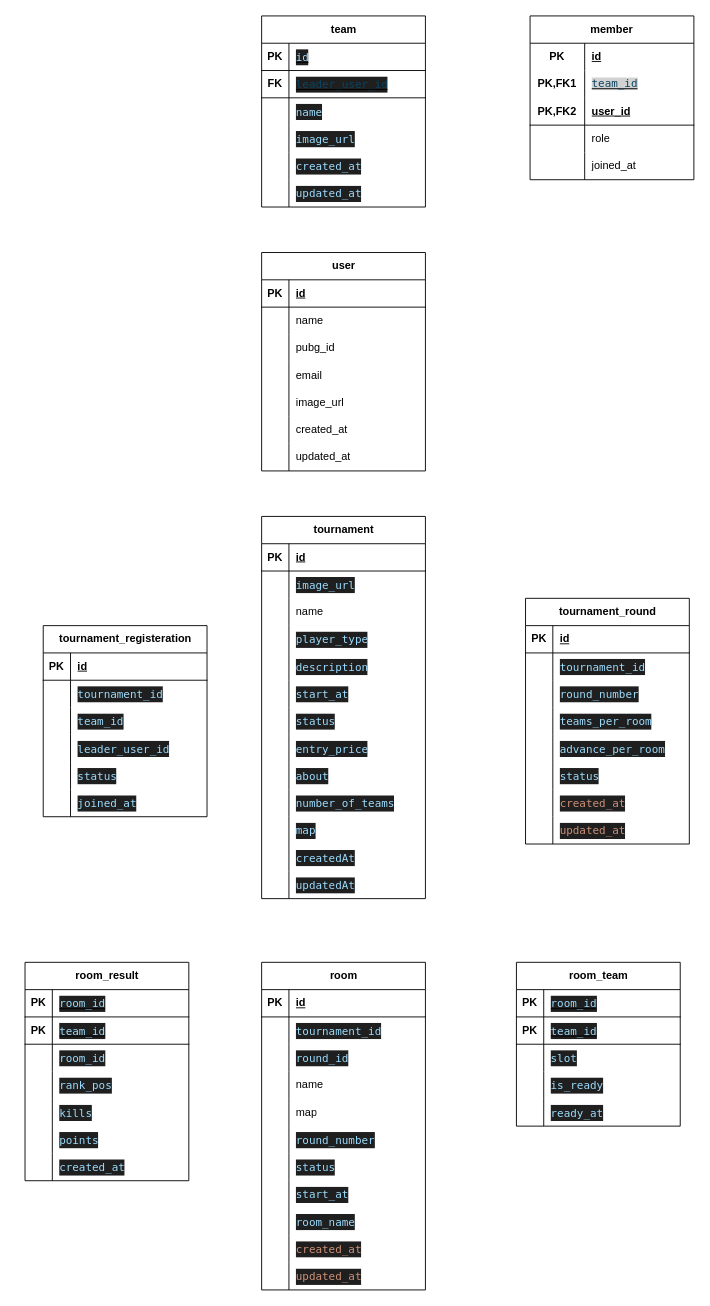
Before: pubg_tournament_schema.drawio in atif117/add_notes_app, a draw.io diagram. Source tidied: cells renumbered, new cells numbered last; positions are measured from the earlier drawing's top-left corner, leaving out a move shared by most shapes. Both pictures are drawn from the tidied source at 91%, with x=0, y=0 at pixel (25, 15).
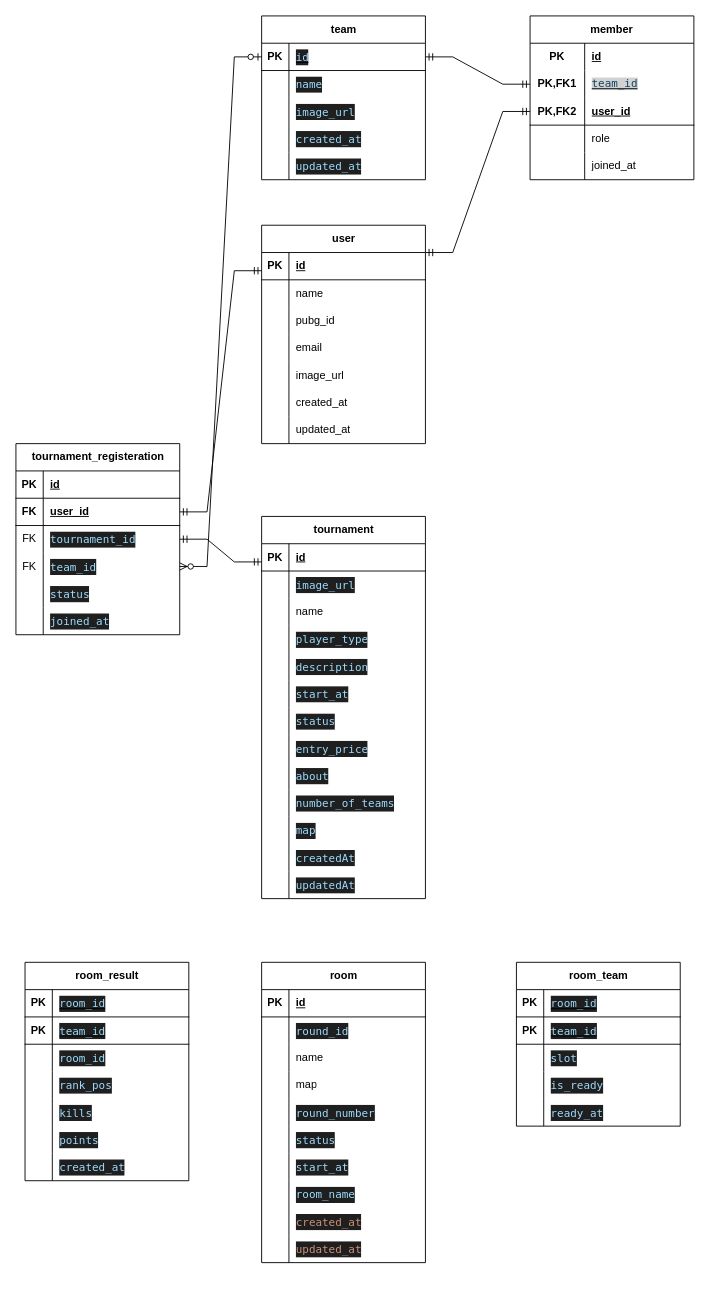
The same diagram, later.

Unchanged cells that the change refers to:
```xml
<mxCell id="25" style="shape=tableRow;horizontal=0;startSize=0;swimlaneHead=0;swimlaneBody=0;fillColor=none;points=[[0,0.5],[1,0.5]];portConstraint=eastwest;top=0;left=0;right=0;bottom=1;" parent="24" vertex="1">
  <mxGeometry y="30" width="180" height="30" as="geometry" />
</mxCell>
<mxCell id="203" style="shape=tableRow;horizontal=0;startSize=0;swimlaneHead=0;swimlaneBody=0;fillColor=none;points=[[0,0.5],[1,0.5]];portConstraint=eastwest;top=0;left=0;right=0;bottom=0;html=1;" parent="199" vertex="1">
  <mxGeometry y="60" width="180" height="30" as="geometry" />
</mxCell>
<mxCell id="206" style="shape=tableRow;horizontal=0;startSize=0;swimlaneHead=0;swimlaneBody=0;fillColor=none;points=[[0,0.5],[1,0.5]];portConstraint=eastwest;top=0;left=0;right=0;bottom=1;html=1;" parent="199" vertex="1">
  <mxGeometry y="90" width="180" height="30" as="geometry" />
</mxCell>
```

What changed in the source:
```diff
@@
     <mxCell id="2" value="user" style="shape=table;startSize=30;childLayout=tableLayout;rowLines=0;fontStyle=1;align=center;html=1;" parent="1" vertex="1">
-      <mxGeometry x="260" y="260" width="180" height="240" as="geometry" />
+      <mxGeometry x="260" y="230" width="180" height="240" as="geometry" />
     </mxCell>
@@
     <mxCell id="24" value="team" style="shape=table;startSize=30;childLayout=tableLayout;rowLines=0;fontStyle=1;align=center;html=1;" parent="1" vertex="1">
-      <mxGeometry x="260" width="180" height="210" as="geometry" />
+      <mxGeometry x="260" width="180" height="180" as="geometry" />
     </mxCell>
@@
-    <mxCell id="28" style="shape=tableRow;horizontal=0;startSize=0;swimlaneHead=0;swimlaneBody=0;fillColor=none;points=[[0,0.5],[1,0.5]];portConstraint=eastwest;top=0;left=0;right=0;bottom=1;" parent="24" vertex="1">
-      <mxGeometry y="60" width="180" height="30" as="geometry" />
-    </mxCell>
-    <mxCell id="29" value="FK" style="shape=partialRectangle;fillColor=none;top=0;left=0;bottom=0;right=0;fontStyle=1;overflow=hidden;whiteSpace=wrap;html=1;" parent="28" vertex="1">
-      <mxGeometry width="30" height="30" as="geometry" />
-    </mxCell>
-    <mxCell id="30" value="&lt;div style=&quot;font-weight: normal; text-decoration: none; background-color: rgb(31, 31, 31); font-family: Menlo, Monaco, &amp;quot;Courier New&amp;quot;, monospace; line-height: 18px; white-space: pre;&quot;&gt;&lt;span style=&quot;caret-color: rgb(12, 67, 96); text-decoration: none; color: light-dark(rgb(12, 67, 96), rgb(255, 255, 255));&quot;&gt;leader_user_id&lt;/span&gt;&lt;br&gt;&lt;/div&gt;" style="shape=partialRectangle;fillColor=none;top=0;left=0;bottom=0;right=0;align=left;spacingLeft=6;fontStyle=5;overflow=hidden;whiteSpace=wrap;html=1;" parent="28" vertex="1">
-      <mxGeometry x="30" width="150" height="30" as="geometry" />
-    </mxCell>
     <mxCell id="31" style="shape=tableRow;horizontal=0;startSize=0;swimlaneHead=0;swimlaneBody=0;fillColor=none;top=0;left=0;right=0;bottom=0;" parent="24" vertex="1">
-      <mxGeometry y="90" width="180" height="30" as="geometry" />
+      <mxGeometry y="60" width="180" height="30" as="geometry" />
     </mxCell>
@@
     <mxCell id="34" style="shape=tableRow;horizontal=0;startSize=0;swimlaneHead=0;swimlaneBody=0;fillColor=none;top=0;left=0;right=0;bottom=0;" parent="24" vertex="1">
-      <mxGeometry y="120" width="180" height="30" as="geometry" />
+      <mxGeometry y="90" width="180" height="30" as="geometry" />
     </mxCell>
@@
     <mxCell id="37" style="shape=tableRow;horizontal=0;startSize=0;swimlaneHead=0;swimlaneBody=0;fillColor=none;top=0;left=0;right=0;bottom=0;" parent="24" vertex="1">
-      <mxGeometry y="150" width="180" height="30" as="geometry" />
+      <mxGeometry y="120" width="180" height="30" as="geometry" />
     </mxCell>
@@
     <mxCell id="40" style="shape=tableRow;horizontal=0;startSize=0;swimlaneHead=0;swimlaneBody=0;fillColor=none;top=0;left=0;right=0;bottom=0;" parent="24" vertex="1">
-      <mxGeometry y="180" width="180" height="30" as="geometry" />
+      <mxGeometry y="150" width="180" height="30" as="geometry" />
     </mxCell>
@@
     <mxCell id="83" value="tournament_registeration" style="shape=table;startSize=30;childLayout=tableLayout;rowLines=0;fontStyle=1;align=center;html=1;" parent="1" vertex="1">
-      <mxGeometry x="20" y="670" width="180" height="210" as="geometry" />
+      <mxGeometry x="-10" y="470" width="180" height="210" as="geometry" />
     </mxCell>
@@
+    <mxCell id="28" style="shape=tableRow;horizontal=0;startSize=0;swimlaneHead=0;swimlaneBody=0;fillColor=none;points=[[0,0.5],[1,0.5]];portConstraint=eastwest;top=0;left=0;right=0;bottom=1;" parent="83" vertex="1">
+      <mxGeometry y="60" width="180" height="30" as="geometry" />
+    </mxCell>
+    <mxCell id="29" value="FK" style="shape=partialRectangle;fillColor=none;top=0;left=0;bottom=0;right=0;fontStyle=1;overflow=hidden;whiteSpace=wrap;html=1;" parent="28" vertex="1">
+      <mxGeometry width="30" height="30" as="geometry" />
+    </mxCell>
+    <mxCell id="215" value="user_id" style="shape=partialRectangle;fillColor=none;top=0;left=0;bottom=0;right=0;align=left;spacingLeft=6;fontStyle=5;overflow=hidden;whiteSpace=wrap;html=1;" parent="28" vertex="1">
+      <mxGeometry x="30" width="150" height="30" as="geometry" />
+    </mxCell>
     <mxCell id="87" style="shape=tableRow;horizontal=0;startSize=0;swimlaneHead=0;swimlaneBody=0;fillColor=none;points=[[0,0.5],[1,0.5]];portConstraint=eastwest;top=0;left=0;right=0;bottom=0;" parent="83" vertex="1">
-      <mxGeometry y="60" width="180" height="30" as="geometry" />
+      <mxGeometry y="90" width="180" height="30" as="geometry" />
     </mxCell>
-    <mxCell id="88" style="shape=partialRectangle;fillColor=none;top=0;left=0;bottom=0;right=0;overflow=hidden;whiteSpace=wrap;html=1;" parent="87" vertex="1">
+    <mxCell id="88" value="FK" style="shape=partialRectangle;fillColor=none;top=0;left=0;bottom=0;right=0;overflow=hidden;whiteSpace=wrap;html=1;" parent="87" vertex="1">
       <mxGeometry width="30" height="30" as="geometry" />
     </mxCell>
@@
     <mxCell id="90" style="shape=tableRow;horizontal=0;startSize=0;swimlaneHead=0;swimlaneBody=0;fillColor=none;points=[[0,0.5],[1,0.5]];portConstraint=eastwest;top=0;left=0;right=0;bottom=0;" parent="83" vertex="1">
-      <mxGeometry y="90" width="180" height="30" as="geometry" />
+      <mxGeometry y="120" width="180" height="30" as="geometry" />
     </mxCell>
-    <mxCell id="91" style="shape=partialRectangle;fillColor=none;top=0;left=0;bottom=0;right=0;overflow=hidden;whiteSpace=wrap;html=1;" parent="90" vertex="1">
+    <mxCell id="91" value="FK" style="shape=partialRectangle;fillColor=none;top=0;left=0;bottom=0;right=0;overflow=hidden;whiteSpace=wrap;html=1;" parent="90" vertex="1">
       <mxGeometry width="30" height="30" as="geometry" />
     </mxCell>
@@
-    <mxCell id="93" style="shape=tableRow;horizontal=0;startSize=0;swimlaneHead=0;swimlaneBody=0;fillColor=none;top=0;left=0;right=0;bottom=0;" parent="83" vertex="1">
-      <mxGeometry y="120" width="180" height="30" as="geometry" />
-    </mxCell>
-    <mxCell id="94" style="shape=partialRectangle;fillColor=none;top=0;left=0;bottom=0;right=0;overflow=hidden;whiteSpace=wrap;html=1;" parent="93" vertex="1">
-      <mxGeometry width="30" height="30" as="geometry" />
-    </mxCell>
-    <mxCell id="95" value="&lt;div style=&quot;color: rgb(204, 204, 204); background-color: rgb(31, 31, 31); font-family: Menlo, Monaco, &amp;quot;Courier New&amp;quot;, monospace; line-height: 18px; white-space: pre;&quot;&gt;&lt;span style=&quot;color: rgb(156, 220, 254);&quot;&gt;leader_user_id&lt;/span&gt;&lt;/div&gt;" style="shape=partialRectangle;fillColor=none;top=0;left=0;bottom=0;right=0;align=left;spacingLeft=6;overflow=hidden;whiteSpace=wrap;html=1;" parent="93" vertex="1">
-      <mxGeometry x="30" width="150" height="30" as="geometry" />
-    </mxCell>
@@
-    <mxCell id="102" value="tournament_round" style="shape=table;startSize=30;childLayout=tableLayout;rowLines=0;fontStyle=1;align=center;html=1;" parent="1" vertex="1">
-      <mxGeometry x="550" y="640" width="180" height="270" as="geometry" />
-    </mxCell>
-    <mxCell id="103" style="shape=tableRow;horizontal=0;startSize=0;swimlaneHead=0;swimlaneBody=0;fillColor=none;top=0;left=0;right=0;bottom=1;" parent="102" vertex="1">
-      <mxGeometry y="30" width="180" height="30" as="geometry" />
-    </mxCell>
-    <mxCell id="104" value="PK" style="shape=partialRectangle;fillColor=none;top=0;left=0;bottom=0;right=0;fontStyle=1;overflow=hidden;whiteSpace=wrap;html=1;" parent="103" vertex="1">
-      <mxGeometry width="30" height="30" as="geometry" />
-    </mxCell>
-    <mxCell id="105" value="id" style="shape=partialRectangle;fillColor=none;top=0;left=0;bottom=0;right=0;align=left;spacingLeft=6;fontStyle=5;overflow=hidden;whiteSpace=wrap;html=1;" parent="103" vertex="1">
-      <mxGeometry x="30" width="150" height="30" as="geometry" />
-    </mxCell>
-    <mxCell id="106" style="shape=tableRow;horizontal=0;startSize=0;swimlaneHead=0;swimlaneBody=0;fillColor=none;top=0;left=0;right=0;bottom=0;" parent="102" vertex="1">
-      <mxGeometry y="60" width="180" height="30" as="geometry" />
-    </mxCell>
-    <mxCell id="107" style="shape=partialRectangle;fillColor=none;top=0;left=0;bottom=0;right=0;overflow=hidden;whiteSpace=wrap;html=1;" parent="106" vertex="1">
-      <mxGeometry width="30" height="30" as="geometry" />
-    </mxCell>
-    <mxCell id="108" value="&lt;div style=&quot;color: rgb(204, 204, 204); background-color: rgb(31, 31, 31); font-family: Menlo, Monaco, &amp;quot;Courier New&amp;quot;, monospace; line-height: 18px; white-space: pre;&quot;&gt;&lt;span style=&quot;color: rgb(156, 220, 254);&quot;&gt;tournament_id&lt;/span&gt;&lt;/div&gt;" style="shape=partialRectangle;fillColor=none;top=0;left=0;bottom=0;right=0;align=left;spacingLeft=6;overflow=hidden;whiteSpace=wrap;html=1;" parent="106" vertex="1">
-      <mxGeometry x="30" width="150" height="30" as="geometry" />
-    </mxCell>
-    <mxCell id="109" style="shape=tableRow;horizontal=0;startSize=0;swimlaneHead=0;swimlaneBody=0;fillColor=none;top=0;left=0;right=0;bottom=0;" parent="102" vertex="1">
-      <mxGeometry y="90" width="180" height="30" as="geometry" />
-    </mxCell>
-    <mxCell id="110" style="shape=partialRectangle;fillColor=none;top=0;left=0;bottom=0;right=0;overflow=hidden;whiteSpace=wrap;html=1;" parent="109" vertex="1">
-      <mxGeometry width="30" height="30" as="geometry" />
-    </mxCell>
-    <mxCell id="111" value="&lt;div style=&quot;color: rgb(204, 204, 204); background-color: rgb(31, 31, 31); font-family: Menlo, Monaco, &amp;quot;Courier New&amp;quot;, monospace; line-height: 18px; white-space: pre;&quot;&gt;&lt;span style=&quot;color: rgb(156, 220, 254);&quot;&gt;round_number&lt;/span&gt;&lt;/div&gt;" style="shape=partialRectangle;fillColor=none;top=0;left=0;bottom=0;right=0;align=left;spacingLeft=6;overflow=hidden;whiteSpace=wrap;html=1;" parent="109" vertex="1">
-      <mxGeometry x="30" width="150" height="30" as="geometry" />
-    </mxCell>
-    <mxCell id="112" style="shape=tableRow;horizontal=0;startSize=0;swimlaneHead=0;swimlaneBody=0;fillColor=none;top=0;left=0;right=0;bottom=0;" parent="102" vertex="1">
-      <mxGeometry y="120" width="180" height="30" as="geometry" />
-    </mxCell>
-    <mxCell id="113" style="shape=partialRectangle;fillColor=none;top=0;left=0;bottom=0;right=0;overflow=hidden;whiteSpace=wrap;html=1;" parent="112" vertex="1">
-      <mxGeometry width="30" height="30" as="geometry" />
-    </mxCell>
-    <mxCell id="114" value="&lt;div style=&quot;color: rgb(204, 204, 204); background-color: rgb(31, 31, 31); font-family: Menlo, Monaco, &amp;quot;Courier New&amp;quot;, monospace; line-height: 18px; white-space: pre;&quot;&gt;&lt;span style=&quot;color: rgb(156, 220, 254);&quot;&gt;teams_per_room&lt;/span&gt;&lt;/div&gt;" style="shape=partialRectangle;fillColor=none;top=0;left=0;bottom=0;right=0;align=left;spacingLeft=6;overflow=hidden;whiteSpace=wrap;html=1;" parent="112" vertex="1">
-      <mxGeometry x="30" width="150" height="30" as="geometry" />
-    </mxCell>
-    <mxCell id="115" style="shape=tableRow;horizontal=0;startSize=0;swimlaneHead=0;swimlaneBody=0;fillColor=none;top=0;left=0;right=0;bottom=0;" parent="102" vertex="1">
-      <mxGeometry y="150" width="180" height="30" as="geometry" />
-    </mxCell>
-    <mxCell id="116" style="shape=partialRectangle;fillColor=none;top=0;left=0;bottom=0;right=0;overflow=hidden;whiteSpace=wrap;html=1;" parent="115" vertex="1">
-      <mxGeometry width="30" height="30" as="geometry" />
-    </mxCell>
-    <mxCell id="117" value="&lt;div style=&quot;color: rgb(204, 204, 204); background-color: rgb(31, 31, 31); font-family: Menlo, Monaco, &amp;quot;Courier New&amp;quot;, monospace; line-height: 18px; white-space: pre;&quot;&gt;&lt;div style=&quot;color: rgb(204, 204, 204); background-color: rgb(31, 31, 31); line-height: 18px;&quot;&gt;&lt;span style=&quot;color: rgb(156, 220, 254);&quot;&gt;advance_per_room&lt;/span&gt;&lt;/div&gt;&lt;/div&gt;" style="shape=partialRectangle;fillColor=none;top=0;left=0;bottom=0;right=0;align=left;spacingLeft=6;overflow=hidden;whiteSpace=wrap;html=1;" parent="115" vertex="1">
-      <mxGeometry x="30" width="150" height="30" as="geometry" />
-    </mxCell>
-    <mxCell id="118" style="shape=tableRow;horizontal=0;startSize=0;swimlaneHead=0;swimlaneBody=0;fillColor=none;top=0;left=0;right=0;bottom=0;" parent="102" vertex="1">
-      <mxGeometry y="180" width="180" height="30" as="geometry" />
-    </mxCell>
-    <mxCell id="119" style="shape=partialRectangle;fillColor=none;top=0;left=0;bottom=0;right=0;overflow=hidden;whiteSpace=wrap;html=1;" parent="118" vertex="1">
-      <mxGeometry width="30" height="30" as="geometry" />
-    </mxCell>
-    <mxCell id="120" value="&lt;div style=&quot;color: rgb(204, 204, 204); background-color: rgb(31, 31, 31); font-family: Menlo, Monaco, &amp;quot;Courier New&amp;quot;, monospace; line-height: 18px; white-space: pre;&quot;&gt;&lt;div style=&quot;color: rgb(204, 204, 204); background-color: rgb(31, 31, 31); line-height: 18px;&quot;&gt;&lt;div style=&quot;color: rgb(204, 204, 204); background-color: rgb(31, 31, 31); line-height: 18px;&quot;&gt;&lt;span style=&quot;color: rgb(156, 220, 254);&quot;&gt;status&lt;/span&gt;&lt;/div&gt;&lt;/div&gt;&lt;/div&gt;" style="shape=partialRectangle;fillColor=none;top=0;left=0;bottom=0;right=0;align=left;spacingLeft=6;overflow=hidden;whiteSpace=wrap;html=1;" parent="118" vertex="1">
-      <mxGeometry x="30" width="150" height="30" as="geometry" />
-    </mxCell>
-    <mxCell id="121" style="shape=tableRow;horizontal=0;startSize=0;swimlaneHead=0;swimlaneBody=0;fillColor=none;top=0;left=0;right=0;bottom=0;" parent="102" vertex="1">
-      <mxGeometry y="210" width="180" height="30" as="geometry" />
-    </mxCell>
-    <mxCell id="122" value="&lt;div style=&quot;font-style: normal; font-variant-caps: normal; font-weight: normal; letter-spacing: normal; text-align: start; text-indent: 0px; text-transform: none; word-spacing: 0px; -webkit-text-stroke-width: 0px; text-decoration: none; color: rgb(204, 204, 204); background-color: rgb(31, 31, 31); font-family: Menlo, Monaco, &amp;quot;Courier New&amp;quot;, monospace; font-size: 12px; line-height: 18px; white-space: pre;&quot;&gt;&lt;br&gt;&lt;/div&gt;" style="shape=partialRectangle;fillColor=none;top=0;left=0;bottom=0;right=0;overflow=hidden;whiteSpace=wrap;html=1;" parent="121" vertex="1">
-      <mxGeometry width="30" height="30" as="geometry" />
-    </mxCell>
-    <mxCell id="123" value="&lt;div style=&quot;color: rgb(204, 204, 204); background-color: rgb(31, 31, 31); font-family: Menlo, Monaco, &amp;quot;Courier New&amp;quot;, monospace; line-height: 18px; white-space: pre;&quot;&gt;&lt;div style=&quot;color: rgb(204, 204, 204); background-color: rgb(31, 31, 31); line-height: 18px;&quot;&gt;&lt;div style=&quot;color: rgb(204, 204, 204); background-color: rgb(31, 31, 31); line-height: 18px;&quot;&gt;&lt;div style=&quot;color: rgb(204, 204, 204); background-color: rgb(31, 31, 31); line-height: 18px;&quot;&gt;&lt;span style=&quot;color: rgb(206, 145, 120);&quot;&gt;created_at&lt;/span&gt;&lt;/div&gt;&lt;/div&gt;&lt;/div&gt;&lt;/div&gt;" style="shape=partialRectangle;fillColor=none;top=0;left=0;bottom=0;right=0;align=left;spacingLeft=6;overflow=hidden;whiteSpace=wrap;html=1;" parent="121" vertex="1">
-      <mxGeometry x="30" width="150" height="30" as="geometry" />
-    </mxCell>
-    <mxCell id="124" style="shape=tableRow;horizontal=0;startSize=0;swimlaneHead=0;swimlaneBody=0;fillColor=none;top=0;left=0;right=0;bottom=0;" parent="102" vertex="1">
-      <mxGeometry y="240" width="180" height="30" as="geometry" />
-    </mxCell>
-    <mxCell id="125" value="&lt;div style=&quot;font-style: normal; font-variant-caps: normal; font-weight: normal; letter-spacing: normal; text-align: start; text-indent: 0px; text-transform: none; word-spacing: 0px; -webkit-text-stroke-width: 0px; text-decoration: none; color: rgb(204, 204, 204); background-color: rgb(31, 31, 31); font-family: Menlo, Monaco, &amp;quot;Courier New&amp;quot;, monospace; font-size: 12px; line-height: 18px; white-space: pre;&quot;&gt;&lt;br&gt;&lt;/div&gt;" style="shape=partialRectangle;fillColor=none;top=0;left=0;bottom=0;right=0;overflow=hidden;whiteSpace=wrap;html=1;" parent="124" vertex="1">
-      <mxGeometry width="30" height="30" as="geometry" />
-    </mxCell>
-    <mxCell id="126" value="&lt;div style=&quot;color: rgb(204, 204, 204); background-color: rgb(31, 31, 31); font-family: Menlo, Monaco, &amp;quot;Courier New&amp;quot;, monospace; line-height: 18px; white-space: pre;&quot;&gt;&lt;div style=&quot;color: rgb(204, 204, 204); background-color: rgb(31, 31, 31); line-height: 18px;&quot;&gt;&lt;div style=&quot;color: rgb(204, 204, 204); background-color: rgb(31, 31, 31); line-height: 18px;&quot;&gt;&lt;div style=&quot;color: rgb(204, 204, 204); background-color: rgb(31, 31, 31); line-height: 18px;&quot;&gt;&lt;div style=&quot;color: rgb(204, 204, 204); background-color: rgb(31, 31, 31); line-height: 18px;&quot;&gt;&lt;span style=&quot;color: rgb(206, 145, 120);&quot;&gt;updated_at&lt;/span&gt;&lt;/div&gt;&lt;/div&gt;&lt;/div&gt;&lt;/div&gt;&lt;/div&gt;" style="shape=partialRectangle;fillColor=none;top=0;left=0;bottom=0;right=0;align=left;spacingLeft=6;overflow=hidden;whiteSpace=wrap;html=1;" parent="124" vertex="1">
-      <mxGeometry x="30" width="150" height="30" as="geometry" />
-    </mxCell>
     <mxCell id="127" value="room" style="shape=table;startSize=30;childLayout=tableLayout;rowLines=0;fontStyle=1;align=center;html=1;" parent="1" vertex="1">
-      <mxGeometry x="260" y="1040" width="180" height="360" as="geometry" />
+      <mxGeometry x="260" y="1040" width="180" height="330" as="geometry" />
     </mxCell>
@@
-    <mxCell id="131" style="shape=tableRow;horizontal=0;startSize=0;swimlaneHead=0;swimlaneBody=0;fillColor=none;top=0;left=0;right=0;bottom=0;" parent="127" vertex="1">
-      <mxGeometry y="60" width="180" height="30" as="geometry" />
-    </mxCell>
-    <mxCell id="132" style="shape=partialRectangle;fillColor=none;top=0;left=0;bottom=0;right=0;overflow=hidden;whiteSpace=wrap;html=1;" parent="131" vertex="1">
-      <mxGeometry width="30" height="30" as="geometry" />
-    </mxCell>
-    <mxCell id="133" value="&lt;div style=&quot;color: rgb(204, 204, 204); background-color: rgb(31, 31, 31); font-family: Menlo, Monaco, &amp;quot;Courier New&amp;quot;, monospace; line-height: 18px; white-space: pre;&quot;&gt;&lt;span style=&quot;color: rgb(156, 220, 254);&quot;&gt;tournament_id&lt;/span&gt;&lt;/div&gt;" style="shape=partialRectangle;fillColor=none;top=0;left=0;bottom=0;right=0;align=left;spacingLeft=6;overflow=hidden;whiteSpace=wrap;html=1;" parent="131" vertex="1">
-      <mxGeometry x="30" width="150" height="30" as="geometry" />
-    </mxCell>
     <mxCell id="134" style="shape=tableRow;horizontal=0;startSize=0;swimlaneHead=0;swimlaneBody=0;fillColor=none;top=0;left=0;right=0;bottom=0;" parent="127" vertex="1">
-      <mxGeometry y="90" width="180" height="30" as="geometry" />
+      <mxGeometry y="60" width="180" height="30" as="geometry" />
     </mxCell>
@@
     <mxCell id="137" style="shape=tableRow;horizontal=0;startSize=0;swimlaneHead=0;swimlaneBody=0;fillColor=none;top=0;left=0;right=0;bottom=0;" parent="127" vertex="1">
-      <mxGeometry y="120" width="180" height="30" as="geometry" />
+      <mxGeometry y="90" width="180" height="30" as="geometry" />
     </mxCell>
@@
     <mxCell id="140" style="shape=tableRow;horizontal=0;startSize=0;swimlaneHead=0;swimlaneBody=0;fillColor=none;top=0;left=0;right=0;bottom=0;" parent="127" vertex="1">
-      <mxGeometry y="150" width="180" height="30" as="geometry" />
+      <mxGeometry y="120" width="180" height="30" as="geometry" />
     </mxCell>
@@
     <mxCell id="143" style="shape=tableRow;horizontal=0;startSize=0;swimlaneHead=0;swimlaneBody=0;fillColor=none;top=0;left=0;right=0;bottom=0;" parent="127" vertex="1">
-      <mxGeometry y="180" width="180" height="30" as="geometry" />
+      <mxGeometry y="150" width="180" height="30" as="geometry" />
     </mxCell>
@@
     <mxCell id="146" style="shape=tableRow;horizontal=0;startSize=0;swimlaneHead=0;swimlaneBody=0;fillColor=none;top=0;left=0;right=0;bottom=0;" parent="127" vertex="1">
-      <mxGeometry y="210" width="180" height="30" as="geometry" />
+      <mxGeometry y="180" width="180" height="30" as="geometry" />
     </mxCell>
@@
     <mxCell id="149" style="shape=tableRow;horizontal=0;startSize=0;swimlaneHead=0;swimlaneBody=0;fillColor=none;top=0;left=0;right=0;bottom=0;" parent="127" vertex="1">
-      <mxGeometry y="240" width="180" height="30" as="geometry" />
+      <mxGeometry y="210" width="180" height="30" as="geometry" />
     </mxCell>
@@
     <mxCell id="152" style="shape=tableRow;horizontal=0;startSize=0;swimlaneHead=0;swimlaneBody=0;fillColor=none;top=0;left=0;right=0;bottom=0;" parent="127" vertex="1">
-      <mxGeometry y="270" width="180" height="30" as="geometry" />
+      <mxGeometry y="240" width="180" height="30" as="geometry" />
     </mxCell>
@@
     <mxCell id="155" style="shape=tableRow;horizontal=0;startSize=0;swimlaneHead=0;swimlaneBody=0;fillColor=none;top=0;left=0;right=0;bottom=0;" parent="127" vertex="1">
-      <mxGeometry y="300" width="180" height="30" as="geometry" />
+      <mxGeometry y="270" width="180" height="30" as="geometry" />
     </mxCell>
@@
     <mxCell id="158" style="shape=tableRow;horizontal=0;startSize=0;swimlaneHead=0;swimlaneBody=0;fillColor=none;top=0;left=0;right=0;bottom=0;" parent="127" vertex="1">
-      <mxGeometry y="330" width="180" height="30" as="geometry" />
+      <mxGeometry y="300" width="180" height="30" as="geometry" />
     </mxCell>
@@
+    <mxCell id="216" style="edgeStyle=entityRelationEdgeStyle;fontSize=12;html=1;endArrow=ERmandOne;startArrow=ERmandOne;rounded=0;entryX=0;entryY=0.5;entryDx=0;entryDy=0;" parent="1" edge="1" target="206">
+      <mxGeometry relative="1" as="geometry">
+        <mxPoint x="440" y="260" as="sourcePoint" />
+      </mxGeometry>
+    </mxCell>
+    <mxCell id="217" style="edgeStyle=entityRelationEdgeStyle;fontSize=12;html=1;endArrow=ERmandOne;startArrow=ERmandOne;rounded=0;exitX=1;exitY=0.5;exitDx=0;exitDy=0;entryX=0;entryY=0.5;entryDx=0;entryDy=0;" parent="1" edge="1" source="25" target="203">
+      <mxGeometry relative="1" as="geometry" />
+    </mxCell>
+    <mxCell id="218" style="edgeStyle=entityRelationEdgeStyle;fontSize=12;html=1;endArrow=ERmandOne;startArrow=ERmandOne;rounded=0;exitX=1;exitY=0.5;exitDx=0;exitDy=0;" parent="1" edge="1" source="87">
+      <mxGeometry relative="1" as="geometry">
+        <mxPoint x="260" y="600" as="targetPoint" />
+      </mxGeometry>
+    </mxCell>
+    <mxCell id="219" style="edgeStyle=entityRelationEdgeStyle;fontSize=12;html=1;endArrow=ERzeroToMany;startArrow=ERzeroToOne;rounded=0;entryX=1;entryY=0.5;entryDx=0;entryDy=0;" parent="1" edge="1" source="25" target="90">
+      <mxGeometry relative="1" as="geometry" />
+    </mxCell>
+    <mxCell id="220" style="edgeStyle=entityRelationEdgeStyle;fontSize=12;html=1;endArrow=ERmandOne;startArrow=ERmandOne;rounded=0;" parent="1" edge="1" source="28">
+      <mxGeometry relative="1" as="geometry">
+        <mxPoint x="260" y="280" as="targetPoint" />
+      </mxGeometry>
+    </mxCell>
```
